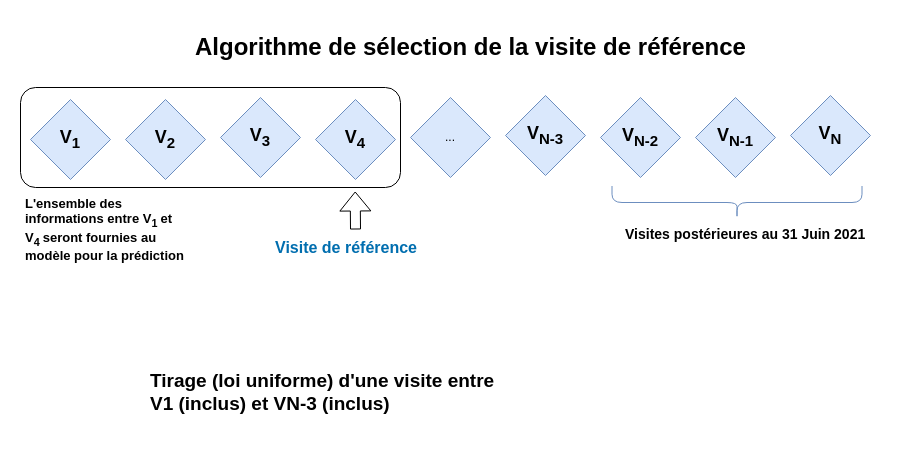
Above: algorithme_séquence.drawio in Basso42/BEHRT (draw.io), before the change. Source tidied: cells renumbered, new cells numbered last; positions are measured from the earlier drawing's top-left corner, leaving out a move shared by most shapes. Both pictures are drawn from the tidied source at 100%, with x=0, y=0 at pixel (20, 27).
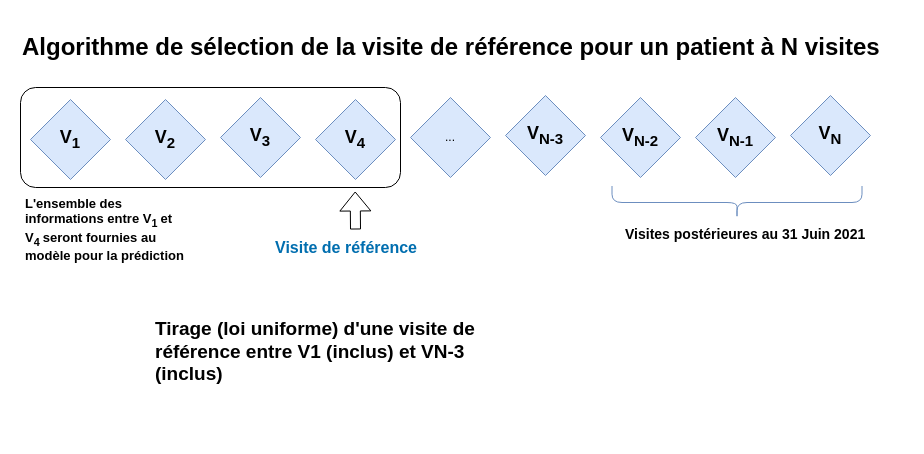
The same page after the edit.

Commit message (it also covers changes not shown here):
Mettre à jour algorithme_séquence.drawio

Diff of the diagram source:
```diff
@@
 <mxGraphModel>
   <root>
     <mxCell id="0" />
     <mxCell id="1" parent="0" />
     <mxCell id="2" style="rounded=1;whiteSpace=wrap;html=1;fillColor=none;strokeWidth=1;" parent="1" vertex="1">
       <mxGeometry y="60" width="380" height="100" as="geometry" />
     </mxCell>
     <mxCell id="3" value="&lt;b&gt;&lt;font style=&quot;font-size: 18px;&quot;&gt;V&lt;sub&gt;N-3&lt;/sub&gt;&lt;/font&gt;&lt;/b&gt;" style="rhombus;whiteSpace=wrap;html=1;flipH=1;flipV=0;fillColor=#dae8fc;strokeColor=#6c8ebf;" parent="1" vertex="1">
       <mxGeometry x="485" y="68" width="80" height="80" as="geometry" />
     </mxCell>
     <mxCell id="4" value="&lt;b&gt;&lt;font style=&quot;font-size: 18px;&quot;&gt;V&lt;sub&gt;N&lt;/sub&gt;&lt;/font&gt;&lt;/b&gt;" style="rhombus;whiteSpace=wrap;html=1;flipH=1;flipV=0;fillColor=#dae8fc;strokeColor=#6c8ebf;" parent="1" vertex="1">
       <mxGeometry x="770" y="68" width="80" height="80" as="geometry" />
     </mxCell>
     <mxCell id="5" value="..." style="rhombus;whiteSpace=wrap;html=1;flipH=1;flipV=0;fillColor=#dae8fc;strokeColor=#6c8ebf;" parent="1" vertex="1">
       <mxGeometry x="390" y="70" width="80" height="80" as="geometry" />
     </mxCell>
     <mxCell id="6" value="&lt;b&gt;&lt;font style=&quot;font-size: 18px;&quot;&gt;V&lt;sub&gt;N-2&lt;/sub&gt;&lt;/font&gt;&lt;/b&gt;" style="rhombus;whiteSpace=wrap;html=1;flipH=1;flipV=0;fillColor=#dae8fc;strokeColor=#6c8ebf;" parent="1" vertex="1">
       <mxGeometry x="580" y="70" width="80" height="80" as="geometry" />
     </mxCell>
     <mxCell id="7" value="&lt;b&gt;&lt;font style=&quot;font-size: 18px;&quot;&gt;V&lt;sub&gt;N-1&lt;/sub&gt;&lt;/font&gt;&lt;/b&gt;" style="rhombus;whiteSpace=wrap;html=1;flipH=1;flipV=0;fillColor=#dae8fc;strokeColor=#6c8ebf;" parent="1" vertex="1">
       <mxGeometry x="675" y="70" width="80" height="80" as="geometry" />
     </mxCell>
     <mxCell id="8" value="&lt;b&gt;&lt;font style=&quot;font-size: 18px;&quot;&gt;V&lt;sub&gt;3&lt;/sub&gt;&lt;/font&gt;&lt;/b&gt;" style="rhombus;whiteSpace=wrap;html=1;flipH=1;flipV=0;fillColor=#dae8fc;strokeColor=#6c8ebf;" parent="1" vertex="1">
       <mxGeometry x="200" y="70" width="80" height="80" as="geometry" />
     </mxCell>
     <mxCell id="9" value="&lt;b&gt;&lt;font style=&quot;font-size: 18px;&quot;&gt;V&lt;sub&gt;1&lt;/sub&gt;&lt;/font&gt;&lt;/b&gt;" style="rhombus;whiteSpace=wrap;html=1;flipH=1;flipV=0;fillColor=#dae8fc;strokeColor=#6c8ebf;" parent="1" vertex="1">
       <mxGeometry x="10" y="72" width="80" height="80" as="geometry" />
     </mxCell>
     <mxCell id="10" value="&lt;b&gt;&lt;font style=&quot;font-size: 18px;&quot;&gt;V&lt;sub&gt;2&lt;/sub&gt;&lt;/font&gt;&lt;/b&gt;" style="rhombus;whiteSpace=wrap;html=1;flipH=1;flipV=0;fillColor=#dae8fc;strokeColor=#6c8ebf;" parent="1" vertex="1">
       <mxGeometry x="105" y="72" width="80" height="80" as="geometry" />
     </mxCell>
     <mxCell id="11" value="&lt;b&gt;&lt;font style=&quot;font-size: 18px;&quot;&gt;V&lt;sub&gt;4&lt;/sub&gt;&lt;/font&gt;&lt;/b&gt;" style="rhombus;whiteSpace=wrap;html=1;flipH=1;flipV=0;fillColor=#dae8fc;strokeColor=#6c8ebf;" parent="1" vertex="1">
       <mxGeometry x="295" y="72" width="80" height="80" as="geometry" />
     </mxCell>
-    <mxCell id="12" value="&lt;h1&gt;Algorithme de sélection de la visite de référence&lt;br&gt;&lt;/h1&gt;&lt;p&gt;&lt;br&gt;&lt;/p&gt;" style="text;html=1;strokeColor=none;fillColor=none;spacing=5;spacingTop=-20;whiteSpace=wrap;overflow=hidden;rounded=0;" parent="1" vertex="1">
-      <mxGeometry x="170" width="625" height="40" as="geometry" />
+    <mxCell id="12" value="&lt;h1&gt;Algorithme de sélection de la visite de référence pour un patient à N visites&lt;br&gt;&lt;/h1&gt;&lt;p&gt;&lt;br&gt;&lt;/p&gt;" style="text;html=1;strokeColor=none;fillColor=none;spacing=5;spacingTop=-20;whiteSpace=wrap;overflow=hidden;rounded=0;" parent="1" vertex="1">
+      <mxGeometry x="-3" width="890" height="40" as="geometry" />
     </mxCell>
     <mxCell id="13" style="shape=curlyBracket;whiteSpace=wrap;html=1;rounded=1;labelPosition=left;verticalLabelPosition=middle;align=right;verticalAlign=middle;flipV=1;rotation=-90;fillColor=#dae8fc;strokeColor=#6c8ebf;" parent="1" vertex="1">
       <mxGeometry x="700" y="50" width="33" height="250" as="geometry" />
     </mxCell>
     <mxCell id="14" value="&lt;h1 style=&quot;font-size: 14px;&quot;&gt;Visites postérieures au 31 Juin 2021&lt;br&gt;&lt;/h1&gt;&lt;p&gt;&lt;br&gt;&lt;/p&gt;" style="text;html=1;strokeColor=none;fillColor=none;spacing=5;spacingTop=-20;whiteSpace=wrap;overflow=hidden;rounded=0;" parent="1" vertex="1">
       <mxGeometry x="600" y="200" width="260" height="20" as="geometry" />
     </mxCell>
-    <mxCell id="15" value="&lt;h1 style=&quot;font-size: 19px;&quot;&gt;Tirage (loi uniforme) d'une visite entre V1 (inclus) et VN-3 (inclus) &lt;br&gt;&lt;/h1&gt;&lt;p&gt;&lt;br&gt;&lt;/p&gt;" style="text;html=1;strokeColor=none;fillColor=none;spacing=5;spacingTop=-20;whiteSpace=wrap;overflow=hidden;rounded=0;" parent="1" vertex="1">
-      <mxGeometry x="125" y="340" width="360" height="70" as="geometry" />
+    <mxCell id="15" value="&lt;h1 style=&quot;font-size: 19px;&quot;&gt;Tirage (loi uniforme) d'une visite de référence entre V1 (inclus) et VN-3 (inclus) &lt;br&gt;&lt;/h1&gt;&lt;p&gt;&lt;br&gt;&lt;/p&gt;" style="text;html=1;strokeColor=none;fillColor=none;spacing=5;spacingTop=-20;whiteSpace=wrap;overflow=hidden;rounded=0;" parent="1" vertex="1">
+      <mxGeometry x="130" y="288" width="360" height="70" as="geometry" />
     </mxCell>
     <mxCell id="16" value="&lt;h1 style=&quot;font-size: 16px;&quot;&gt;&lt;font style=&quot;font-size: 16px;&quot; color=&quot;#006eaf&quot;&gt;Visite de référence&lt;/font&gt;&lt;br&gt;&lt;/h1&gt;&lt;p&gt;&lt;br&gt;&lt;/p&gt;" style="text;html=1;strokeColor=none;fillColor=none;spacing=5;spacingTop=-20;whiteSpace=wrap;overflow=hidden;rounded=0;" parent="1" vertex="1">
       <mxGeometry x="250" y="210" width="170" height="30" as="geometry" />
     </mxCell>
     <mxCell id="17" style="shape=flexArrow;endArrow=classic;html=1;rounded=0;" parent="1" edge="1">
       <mxGeometry relative="1" as="geometry">
         <mxPoint x="335" y="202" as="sourcePoint" />
         <mxPoint x="334.7" y="164" as="targetPoint" />
       </mxGeometry>
     </mxCell>
     <mxCell id="18" value="&lt;h1 style=&quot;font-size: 13px;&quot;&gt;&lt;font style=&quot;font-size: 13px;&quot;&gt;L'ensemble des informations entre V&lt;sub style=&quot;&quot;&gt;1 &lt;/sub&gt;et V&lt;sub style=&quot;&quot;&gt;4 &lt;/sub&gt;seront fournies au modèle pour la prédiction &lt;br&gt;&lt;/font&gt;&lt;/h1&gt;&lt;h1 style=&quot;font-size: 13px;&quot;&gt;&lt;font style=&quot;font-size: 13px;&quot;&gt;&lt;sub&gt; &lt;/sub&gt;&lt;/font&gt;&lt;/h1&gt;" style="text;html=1;strokeColor=none;fillColor=none;spacing=5;spacingTop=-20;whiteSpace=wrap;overflow=hidden;rounded=0;" parent="1" vertex="1">
       <mxGeometry y="170" width="170" height="70" as="geometry" />
     </mxCell>
   </root>
 </mxGraphModel>
```
